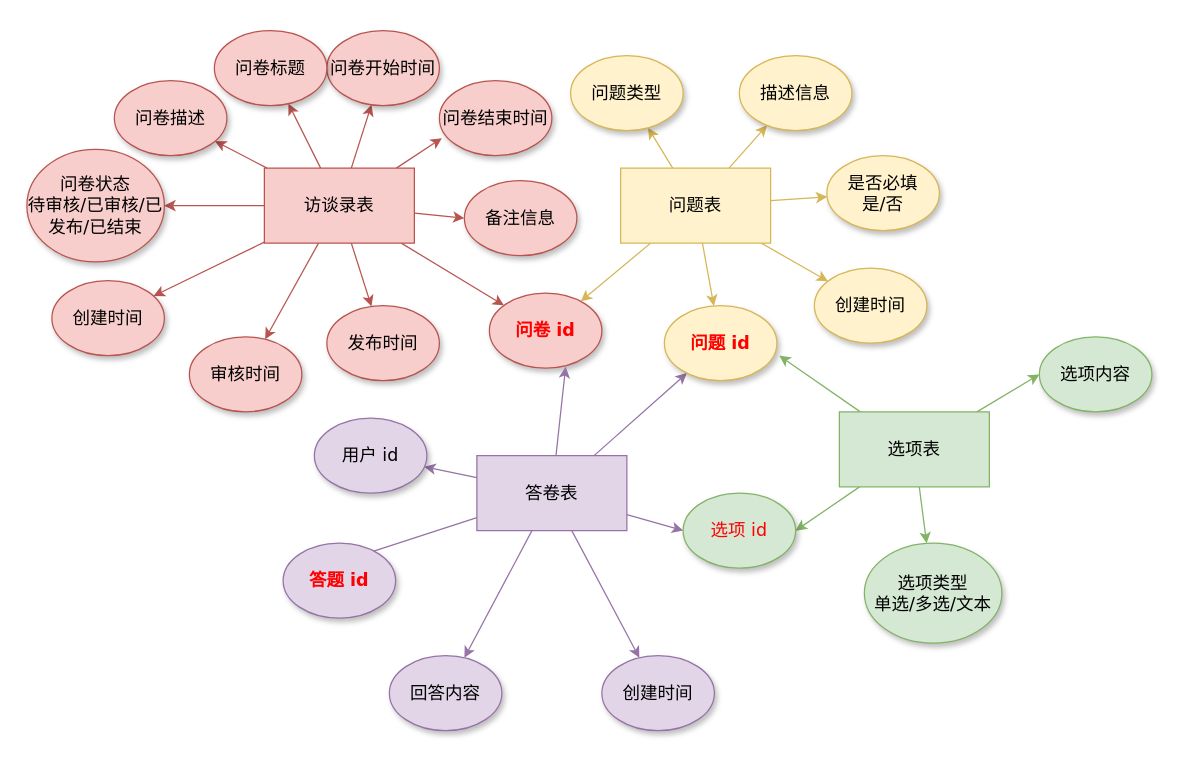
This is 访谈录ER.drawio from Eurkon/Diagrams, a draw.io file, before an edit. Source tidied: cells renumbered, new cells numbered last; positions are measured from the earlier drawing's top-left corner, leaving out a move shared by most shapes. Both pictures are drawn from the tidied source at 125%, with x=0, y=0 at pixel (26, 30).
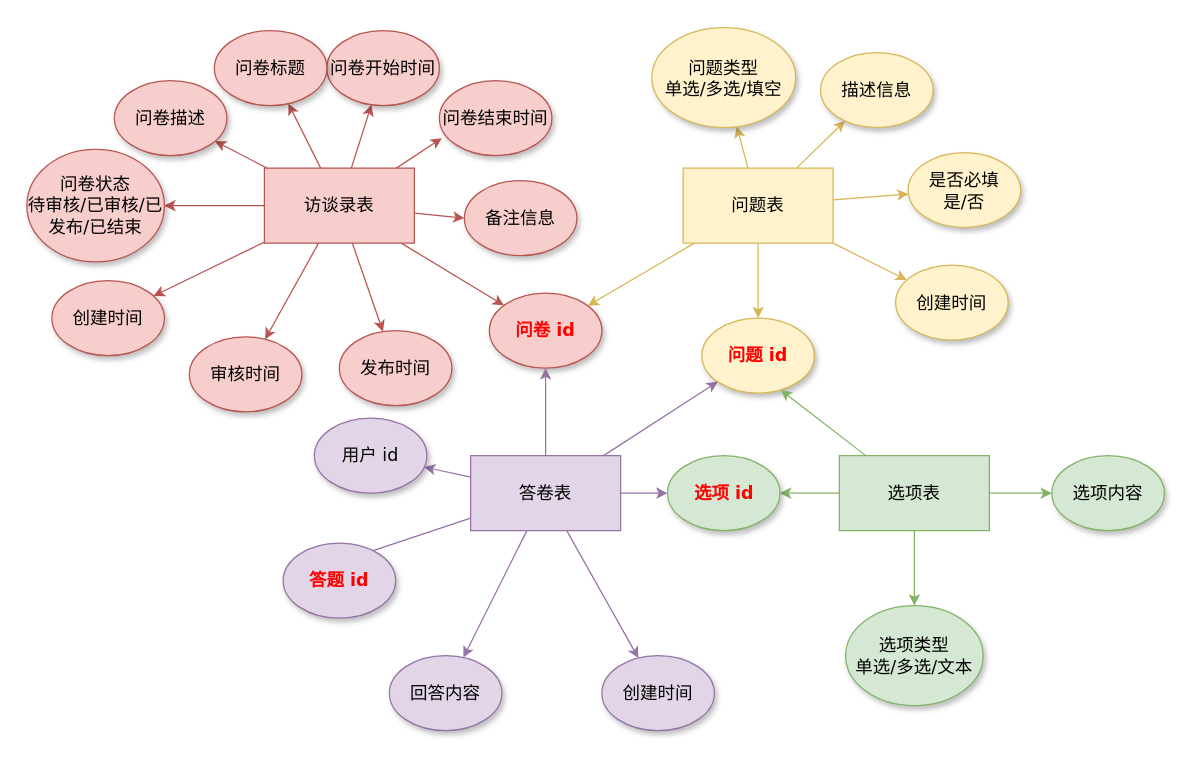
After the change.

Commit message (it also covers changes not shown here):
更新访谈录ER.drawio

Unchanged cells that the change refers to:
```xml
<mxCell id="2" value="&lt;b&gt;&lt;font color=&quot;#ff0000&quot;&gt;问卷 id&lt;/font&gt;&lt;/b&gt;" style="ellipse;whiteSpace=wrap;html=1;rounded=0;shadow=1;comic=0;labelBackgroundColor=none;strokeWidth=1;fontFamily=Verdana;fontSize=14;align=center;fillColor=#f8cecc;strokeColor=#b85450;gradientDirection=east;" parent="1" vertex="1">
  <mxGeometry x="370" y="210" width="90" height="60" as="geometry" />
</mxCell>
```

Change to the diagram source:
```diff
@@
     <mxCell id="20" value="问题表" style="rounded=0;whiteSpace=wrap;html=1;fontSize=14;fillColor=#fff2cc;strokeColor=#d6b656;" parent="1" vertex="1">
-      <mxGeometry x="475" y="110" width="120" height="60" as="geometry" />
+      <mxGeometry x="525" y="110" width="120" height="60" as="geometry" />
     </mxCell>
-    <mxCell id="21" style="edgeStyle=none;rounded=0;jettySize=auto;html=1;entryX=0.678;entryY=0.983;entryDx=0;entryDy=0;entryPerimeter=0;fontSize=14;fillColor=#e1d5e7;strokeColor=#9673a6;" parent="1" edge="1" source="28" target="2">
+    <mxCell id="21" style="edgeStyle=none;rounded=0;jettySize=auto;html=1;entryX=0.5;entryY=1;entryDx=0;entryDy=0;fontSize=14;fillColor=#e1d5e7;strokeColor=#9673a6;" parent="1" edge="1" source="28" target="2">
       <mxGeometry relative="1" as="geometry" />
     </mxCell>
@@
     <mxCell id="28" value="答卷表" style="rounded=0;whiteSpace=wrap;html=1;fontSize=14;fillColor=#e1d5e7;strokeColor=#9673a6;" parent="1" vertex="1">
-      <mxGeometry x="360" y="340" width="120" height="60" as="geometry" />
+      <mxGeometry x="355" y="340" width="120" height="60" as="geometry" />
     </mxCell>
@@
     <mxCell id="30" value="发布时间" style="ellipse;whiteSpace=wrap;html=1;rounded=0;shadow=1;comic=0;labelBackgroundColor=none;strokeWidth=1;fontFamily=Verdana;fontSize=14;align=center;fillColor=#f8cecc;strokeColor=#b85450;" parent="1" vertex="1">
-      <mxGeometry x="240" y="220" width="90" height="60" as="geometry" />
+      <mxGeometry x="250" y="240" width="90" height="60" as="geometry" />
     </mxCell>
@@
     <mxCell id="33" value="&lt;b&gt;&lt;font color=&quot;#ff0000&quot;&gt;问题 id&lt;/font&gt;&lt;/b&gt;" style="ellipse;whiteSpace=wrap;html=1;rounded=0;shadow=1;comic=0;labelBackgroundColor=none;strokeWidth=1;fontFamily=Verdana;fontSize=14;align=center;fillColor=#fff2cc;strokeColor=#d6b656;" parent="1" vertex="1">
-      <mxGeometry x="510" y="220" width="90" height="60" as="geometry" />
+      <mxGeometry x="540" y="230" width="90" height="60" as="geometry" />
     </mxCell>
-    <mxCell id="34" value="问题类型" style="ellipse;whiteSpace=wrap;html=1;rounded=0;shadow=1;comic=0;labelBackgroundColor=none;strokeWidth=1;fontFamily=Verdana;fontSize=14;align=center;fillColor=#fff2cc;strokeColor=#d6b656;" parent="1" vertex="1">
-      <mxGeometry x="435" y="20" width="90" height="60" as="geometry" />
+    <mxCell id="34" value="问题类型&lt;br&gt;单选/多选/填空" style="ellipse;whiteSpace=wrap;html=1;rounded=0;shadow=1;comic=0;labelBackgroundColor=none;strokeWidth=1;fontFamily=Verdana;fontSize=14;align=center;fillColor=#fff2cc;strokeColor=#d6b656;" parent="1" vertex="1">
+      <mxGeometry x="500" y="-2.5" width="115" height="80" as="geometry" />
     </mxCell>
     <mxCell id="35" value="是否必填&lt;br&gt;是/否" style="ellipse;whiteSpace=wrap;html=1;rounded=0;shadow=1;comic=0;labelBackgroundColor=none;strokeWidth=1;fontFamily=Verdana;fontSize=14;align=center;fillColor=#fff2cc;strokeColor=#d6b656;" parent="1" vertex="1">
-      <mxGeometry x="640" y="100" width="90" height="60" as="geometry" />
+      <mxGeometry x="705" y="97.5" width="90" height="60" as="geometry" />
     </mxCell>
     <mxCell id="36" value="描述信息" style="ellipse;whiteSpace=wrap;html=1;rounded=0;shadow=1;comic=0;labelBackgroundColor=none;strokeWidth=1;fontFamily=Verdana;fontSize=14;align=center;fillColor=#fff2cc;strokeColor=#d6b656;" parent="1" vertex="1">
-      <mxGeometry x="570" y="20" width="90" height="60" as="geometry" />
+      <mxGeometry x="635" y="17.5" width="90" height="60" as="geometry" />
     </mxCell>
@@
     <mxCell id="39" value="创建时间" style="ellipse;whiteSpace=wrap;html=1;rounded=0;shadow=1;comic=0;labelBackgroundColor=none;strokeWidth=1;fontFamily=Verdana;fontSize=14;align=center;fillColor=#fff2cc;strokeColor=#d6b656;" parent="1" vertex="1">
-      <mxGeometry x="630" y="190" width="90" height="60" as="geometry" />
+      <mxGeometry x="695" y="187.5" width="90" height="60" as="geometry" />
     </mxCell>
@@
-    <mxCell id="47" style="edgeStyle=none;rounded=0;jettySize=auto;html=1;entryX=1.022;entryY=0.667;entryDx=0;entryDy=0;entryPerimeter=0;fontSize=14;fillColor=#d5e8d4;strokeColor=#82b366;" parent="1" edge="1" source="51" target="33">
-      <mxGeometry relative="1" as="geometry" />
-    </mxCell>
@@
+    <mxCell id="47" style="rounded=0;jettySize=auto;html=1;entryX=0.7;entryY=0.958;entryDx=0;entryDy=0;entryPerimeter=0;fillColor=#d5e8d4;strokeColor=#82b366;" parent="1" edge="1" source="51" target="33">
+      <mxGeometry relative="1" as="geometry" />
+    </mxCell>
-    <mxCell id="50" style="edgeStyle=none;rounded=0;jettySize=auto;html=1;entryX=0;entryY=0.5;entryDx=0;entryDy=0;fontSize=14;fillColor=#d5e8d4;strokeColor=#82b366;" parent="1" edge="1" source="51" target="54">
+    <mxCell id="50" style="edgeStyle=none;rounded=0;jettySize=auto;html=1;fillColor=#d5e8d4;strokeColor=#82b366;" parent="1" edge="1" source="51" target="54">
       <mxGeometry relative="1" as="geometry" />
     </mxCell>
     <mxCell id="51" value="选项表" style="rounded=0;whiteSpace=wrap;html=1;fontSize=14;fillColor=#d5e8d4;strokeColor=#82b366;" parent="1" vertex="1">
-      <mxGeometry x="650" y="305" width="120" height="60" as="geometry" />
+      <mxGeometry x="650" y="340" width="120" height="60" as="geometry" />
     </mxCell>
-    <mxCell id="52" value="&lt;font color=&quot;#ff0000&quot;&gt;选项 id&lt;/font&gt;" style="ellipse;whiteSpace=wrap;html=1;rounded=0;shadow=1;comic=0;labelBackgroundColor=none;strokeWidth=1;fontFamily=Verdana;fontSize=14;align=center;fillColor=#d5e8d4;strokeColor=#82b366;" parent="1" vertex="1">
-      <mxGeometry x="525" y="370" width="90" height="60" as="geometry" />
+    <mxCell id="52" value="&lt;font color=&quot;#ff0000&quot;&gt;&lt;b&gt;选项 id&lt;/b&gt;&lt;/font&gt;" style="ellipse;whiteSpace=wrap;html=1;rounded=0;shadow=1;comic=0;labelBackgroundColor=none;strokeWidth=1;fontFamily=Verdana;fontSize=14;align=center;fillColor=#d5e8d4;strokeColor=#82b366;" parent="1" vertex="1">
+      <mxGeometry x="512.5" y="340" width="90" height="60" as="geometry" />
     </mxCell>
     <mxCell id="53" value="选项类型&lt;br&gt;单选/多选/文本" style="ellipse;whiteSpace=wrap;html=1;rounded=0;shadow=1;comic=0;labelBackgroundColor=none;strokeWidth=1;fontFamily=Verdana;fontSize=14;align=center;fillColor=#d5e8d4;strokeColor=#82b366;" parent="1" vertex="1">
-      <mxGeometry x="670" y="410" width="110" height="80" as="geometry" />
+      <mxGeometry x="655" y="460" width="110" height="80" as="geometry" />
     </mxCell>
     <mxCell id="54" value="选项内容" style="ellipse;whiteSpace=wrap;html=1;rounded=0;shadow=1;comic=0;labelBackgroundColor=none;strokeWidth=1;fontFamily=Verdana;fontSize=14;align=center;fillColor=#d5e8d4;strokeColor=#82b366;" parent="1" vertex="1">
-      <mxGeometry x="810" y="245" width="90" height="60" as="geometry" />
+      <mxGeometry x="820" y="340" width="90" height="60" as="geometry" />
     </mxCell>
```
